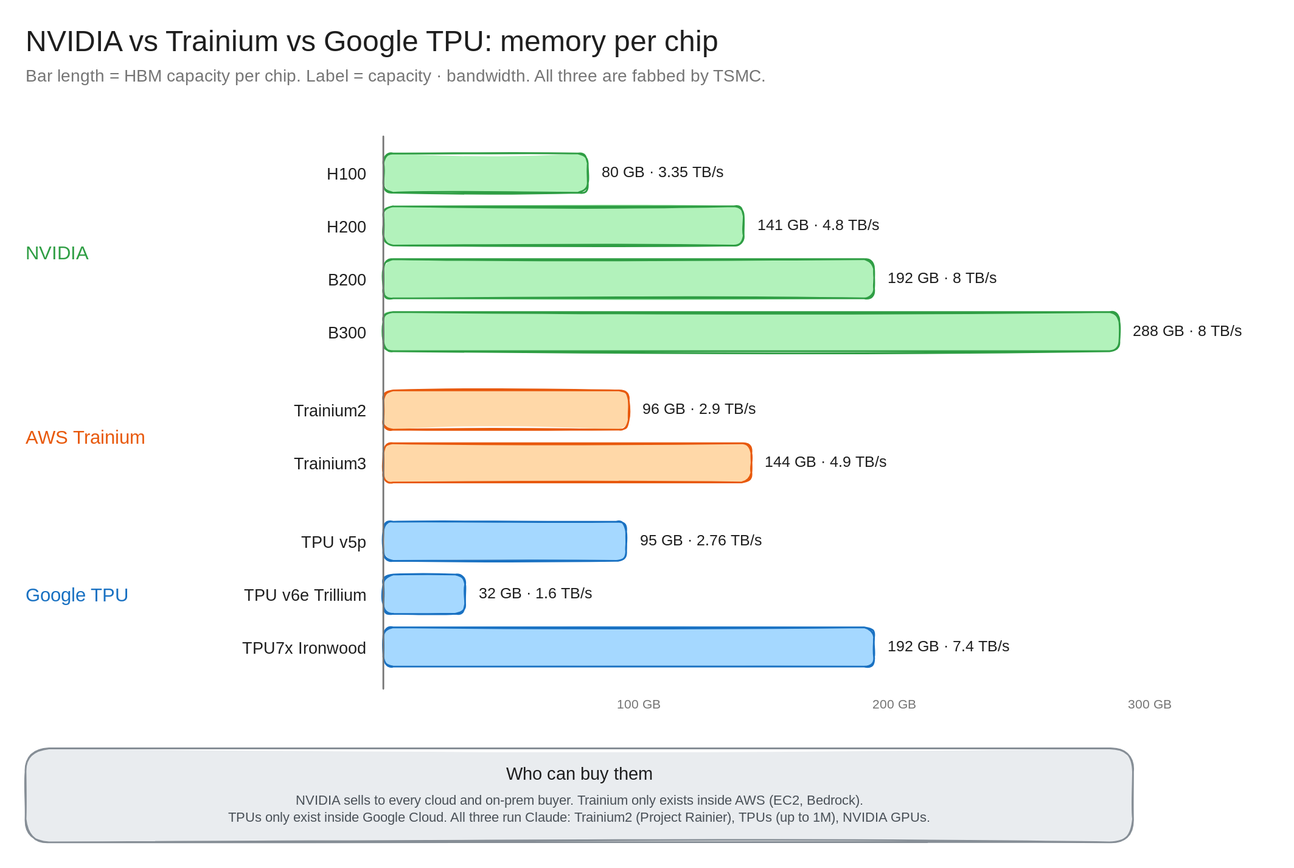
This is architecture-diagrams/claude-anz-infra-excalidraw/diagrams/c1b-chip-lineup.excalidraw.svg from bsnehanshu/slides, a Excalidraw export, as it was before one commit. Source tidied: one line per element, renumbered; positions are measured from the earlier drawing's top-left corner, leaving out a move shared by most shapes.
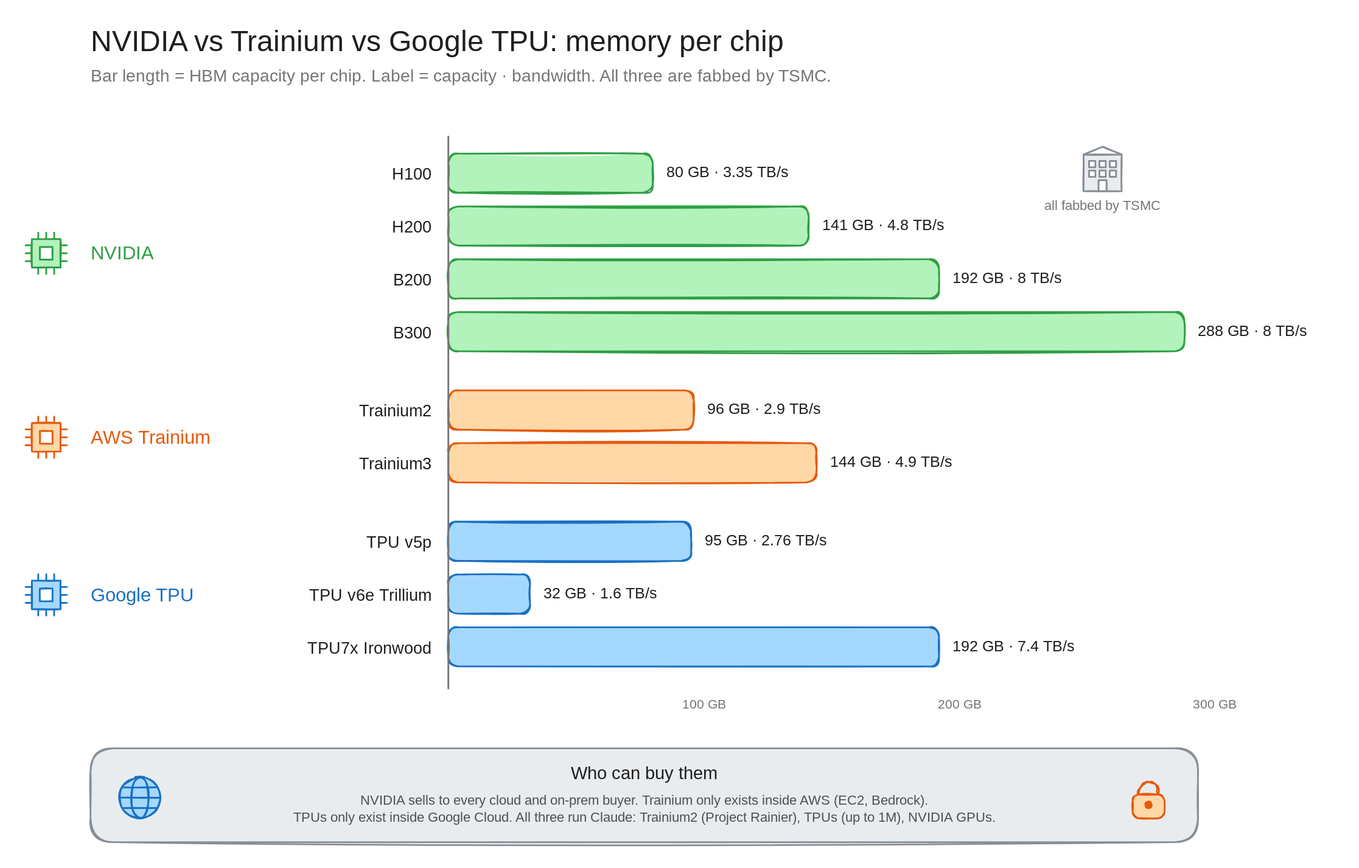
After the change.

Change to the diagram source:
```diff
@@ -13,13 +13,41 @@
 {"id": 12, "type": "rectangle", "strokeColor": "#2f9e44", "backgroundColor": "#b2f2bb", "fillStyle": "solid", "strokeWidth": 2, "roughness": 1, "round": true, "x": 420, "y": 336, "width": 864, "height": 46}
 {"id": 13, "type": "text", "text": "288 GB · 8 TB/s", "strokeColor": "#1e1e1e", "strokeWidth": 2, "roughness": 1, "fontSize": 18, "fontFamily": 5, "x": 1300, "y": 348, "width": 159, "height": 22}
 {"id": 14, "type": "text", "text": "NVIDIA", "strokeColor": "#2f9e44", "strokeWidth": 2, "roughness": 1, "fontSize": 22, "fontFamily": 5, "x": 0, "y": 255, "width": 85, "height": 28}
-{"id": 15, "type": "text", "text": "Trainium2", "strokeColor": "#1e1e1e", "strokeWidth": 2, "roughness": 1, "fontSize": 19, "fontFamily": 5, "textAlign": "right", "x": 309, "y": 442, "width": 91, "height": 24}
+{"id": 39, "type": "line", "strokeColor": "#2f9e44", "strokeWidth": 2, "roughness": 1, "x": -61, "y": 243, "width": 0, "height": 7, "points": [[0, 0], [0, 7]]}
+{"id": 40, "type": "line", "strokeColor": "#2f9e44", "strokeWidth": 2, "roughness": 1, "x": -61, "y": 284, "width": 0, "height": 7, "points": [[0, 0], [0, 7]]}
+{"id": 41, "type": "line", "strokeColor": "#2f9e44", "strokeWidth": 2, "roughness": 1, "x": -76, "y": 258, "width": 7, "height": 0, "points": [[0, 0], [7, 0]]}
+{"id": 42, "type": "line", "strokeColor": "#2f9e44", "strokeWidth": 2, "roughness": 1, "x": -35, "y": 258, "width": 7, "height": 0, "points": [[0, 0], [7, 0]]}
+{"id": 43, "type": "line", "strokeColor": "#2f9e44", "strokeWidth": 2, "roughness": 1, "x": -52, "y": 243, "width": 0, "height": 7, "points": [[0, 0], [0, 7]]}
+{"id": 44, "type": "line", "strokeColor": "#2f9e44", "strokeWidth": 2, "roughness": 1, "x": -52, "y": 284, "width": 0, "height": 7, "points": [[0, 0], [0, 7]]}
+{"id": 45, "type": "line", "strokeColor": "#2f9e44", "strokeWidth": 2, "roughness": 1, "x": -76, "y": 267, "width": 7, "height": 0, "points": [[0, 0], [7, 0]]}
+{"id": 46, "type": "line", "strokeColor": "#2f9e44", "strokeWidth": 2, "roughness": 1, "x": -35, "y": 267, "width": 7, "height": 0, "points": [[0, 0], [7, 0]]}
+{"id": 47, "type": "line", "strokeColor": "#2f9e44", "strokeWidth": 2, "roughness": 1, "x": -43, "y": 243, "width": 0, "height": 7, "points": [[0, 0], [0, 7]]}
+{"id": 48, "type": "line", "strokeColor": "#2f9e44", "strokeWidth": 2, "roughness": 1, "x": -43, "y": 284, "width": 0, "height": 7, "points": [[0, 0], [0, 7]]}
+{"id": 49, "type": "line", "strokeColor": "#2f9e44", "strokeWidth": 2, "roughness": 1, "x": -76, "y": 276, "width": 7, "height": 0, "points": [[0, 0], [7, 0]]}
+{"id": 32, "type": "line", "strokeColor": "#2f9e44", "strokeWidth": 2, "roughness": 1, "x": -35, "y": 276, "width": 7, "height": 0, "points": [[0, 0], [7, 0]]}
+{"id": 50, "type": "rectangle", "strokeColor": "#2f9e44", "backgroundColor": "#b2f2bb", "fillStyle": "solid", "strokeWidth": 2, "roughness": 1, "x": -69, "y": 250, "width": 34, "height": 34}
+{"id": 51, "type": "rectangle", "strokeColor": "#2f9e44", "backgroundColor": "#ffffff", "fillStyle": "solid", "strokeWidth": 2, "roughness": 1, "x": -59, "y": 260, "width": 15, "height": 15}
+{"id": 35, "type": "text", "text": "Trainium2", "strokeColor": "#1e1e1e", "strokeWidth": 2, "roughness": 1, "fontSize": 19, "fontFamily": 5, "textAlign": "right", "x": 309, "y": 442, "width": 91, "height": 24}
 {"id": 16, "type": "rectangle", "strokeColor": "#e8590c", "backgroundColor": "#ffd8a8", "fillStyle": "solid", "strokeWidth": 2, "roughness": 1, "round": true, "x": 420, "y": 428, "width": 288, "height": 46}
-{"id": 17, "type": "text", "text": "96 GB · 2.9 TB/s", "strokeColor": "#1e1e1e", "strokeWidth": 2, "roughness": 1, "fontSize": 18, "fontFamily": 5, "x": 724, "y": 440, "width": 162, "height": 22}
-{"id": 18, "type": "text", "text": "Trainium3", "strokeColor": "#1e1e1e", "strokeWidth": 2, "roughness": 1, "fontSize": 19, "fontFamily": 5, "textAlign": "right", "x": 311, "y": 504, "width": 89, "height": 24}
+{"id": 37, "type": "text", "text": "96 GB · 2.9 TB/s", "strokeColor": "#1e1e1e", "strokeWidth": 2, "roughness": 1, "fontSize": 18, "fontFamily": 5, "x": 724, "y": 440, "width": 162, "height": 22}
+{"id": 38, "type": "text", "text": "Trainium3", "strokeColor": "#1e1e1e", "strokeWidth": 2, "roughness": 1, "fontSize": 19, "fontFamily": 5, "textAlign": "right", "x": 311, "y": 504, "width": 89, "height": 24}
 {"id": 19, "type": "rectangle", "strokeColor": "#e8590c", "backgroundColor": "#ffd8a8", "fillStyle": "solid", "strokeWidth": 2, "roughness": 1, "round": true, "x": 420, "y": 490, "width": 432, "height": 46}
 {"id": 20, "type": "text", "text": "144 GB · 4.9 TB/s", "strokeColor": "#1e1e1e", "strokeWidth": 2, "roughness": 1, "fontSize": 18, "fontFamily": 5, "x": 868, "y": 502, "width": 166, "height": 22}
 {"id": 21, "type": "text", "text": "AWS Trainium", "strokeColor": "#e8590c", "strokeWidth": 2, "roughness": 1, "fontSize": 22, "fontFamily": 5, "x": 0, "y": 471, "width": 144, "height": 28}
+{"id": 52, "type": "line", "strokeColor": "#e8590c", "strokeWidth": 2, "roughness": 1, "x": -61, "y": 459, "width": 0, "height": 7, "points": [[0, 0], [0, 7]]}
+{"id": 53, "type": "line", "strokeColor": "#e8590c", "strokeWidth": 2, "roughness": 1, "x": -61, "y": 500, "width": 0, "height": 7, "points": [[0, 0], [0, 7]]}
+{"id": 54, "type": "line", "strokeColor": "#e8590c", "strokeWidth": 2, "roughness": 1, "x": -76, "y": 474, "width": 7, "height": 0, "points": [[0, 0], [7, 0]]}
+{"id": 55, "type": "line", "strokeColor": "#e8590c", "strokeWidth": 2, "roughness": 1, "x": -35, "y": 474, "width": 7, "height": 0, "points": [[0, 0], [7, 0]]}
+{"id": 56, "type": "line", "strokeColor": "#e8590c", "strokeWidth": 2, "roughness": 1, "x": -52, "y": 459, "width": 0, "height": 7, "points": [[0, 0], [0, 7]]}
+{"id": 57, "type": "line", "strokeColor": "#e8590c", "strokeWidth": 2, "roughness": 1, "x": -52, "y": 500, "width": 0, "height": 7, "points": [[0, 0], [0, 7]]}
+{"id": 58, "type": "line", "strokeColor": "#e8590c", "strokeWidth": 2, "roughness": 1, "x": -76, "y": 483, "width": 7, "height": 0, "points": [[0, 0], [7, 0]]}
+{"id": 59, "type": "line", "strokeColor": "#e8590c", "strokeWidth": 2, "roughness": 1, "x": -35, "y": 483, "width": 7, "height": 0, "points": [[0, 0], [7, 0]]}
+{"id": 60, "type": "line", "strokeColor": "#e8590c", "strokeWidth": 2, "roughness": 1, "x": -43, "y": 459, "width": 0, "height": 7, "points": [[0, 0], [0, 7]]}
+{"id": 61, "type": "line", "strokeColor": "#e8590c", "strokeWidth": 2, "roughness": 1, "x": -43, "y": 500, "width": 0, "height": 7, "points": [[0, 0], [0, 7]]}
+{"id": 62, "type": "line", "strokeColor": "#e8590c", "strokeWidth": 2, "roughness": 1, "x": -76, "y": 492, "width": 7, "height": 0, "points": [[0, 0], [7, 0]]}
+{"id": 63, "type": "line", "strokeColor": "#e8590c", "strokeWidth": 2, "roughness": 1, "x": -35, "y": 492, "width": 7, "height": 0, "points": [[0, 0], [7, 0]]}
+{"id": 64, "type": "rectangle", "strokeColor": "#e8590c", "backgroundColor": "#ffd8a8", "fillStyle": "solid", "strokeWidth": 2, "roughness": 1, "x": -69, "y": 466, "width": 34, "height": 34}
+{"id": 65, "type": "rectangle", "strokeColor": "#e8590c", "backgroundColor": "#ffffff", "fillStyle": "solid", "strokeWidth": 2, "roughness": 1, "x": -59, "y": 476, "width": 15, "height": 15}
 {"id": 22, "type": "text", "text": "TPU v5p", "strokeColor": "#1e1e1e", "strokeWidth": 2, "roughness": 1, "fontSize": 19, "fontFamily": 5, "textAlign": "right", "x": 315, "y": 596, "width": 85, "height": 24}
 {"id": 23, "type": "rectangle", "strokeColor": "#1971c2", "backgroundColor": "#a5d8ff", "fillStyle": "solid", "strokeWidth": 2, "roughness": 1, "round": true, "x": 420, "y": 582, "width": 285, "height": 46}
 {"id": 24, "type": "text", "text": "95 GB · 2.76 TB/s", "strokeColor": "#1e1e1e", "strokeWidth": 2, "roughness": 1, "fontSize": 18, "fontFamily": 5, "x": 721, "y": 594, "width": 173, "height": 22}
@@ -30,10 +58,42 @@
 {"id": 29, "type": "rectangle", "strokeColor": "#1971c2", "backgroundColor": "#a5d8ff", "fillStyle": "solid", "strokeWidth": 2, "roughness": 1, "round": true, "x": 420, "y": 706, "width": 576, "height": 46}
 {"id": 30, "type": "text", "text": "192 GB · 7.4 TB/s", "strokeColor": "#1e1e1e", "strokeWidth": 2, "roughness": 1, "fontSize": 18, "fontFamily": 5, "x": 1012, "y": 718, "width": 169, "height": 22}
 {"id": 31, "type": "text", "text": "Google TPU", "strokeColor": "#1971c2", "strokeWidth": 2, "roughness": 1, "fontSize": 22, "fontFamily": 5, "x": 0, "y": 656, "width": 134, "height": 28}
-{"id": 32, "type": "line", "strokeColor": "#757575", "strokeWidth": 2, "roughness": 1, "x": 420, "y": 130, "width": 0, "height": 648, "points": [[0, 0], [0, 648]]}
+{"id": 66, "type": "line", "strokeColor": "#1971c2", "strokeWidth": 2, "roughness": 1, "x": -61, "y": 644, "width": 0, "height": 7, "points": [[0, 0], [0, 7]]}
+{"id": 67, "type": "line", "strokeColor": "#1971c2", "strokeWidth": 2, "roughness": 1, "x": -61, "y": 685, "width": 0, "height": 7, "points": [[0, 0], [0, 7]]}
+{"id": 68, "type": "line", "strokeColor": "#1971c2", "strokeWidth": 2, "roughness": 1, "x": -76, "y": 659, "width": 7, "height": 0, "points": [[0, 0], [7, 0]]}
+{"id": 69, "type": "line", "strokeColor": "#1971c2", "strokeWidth": 2, "roughness": 1, "x": -35, "y": 659, "width": 7, "height": 0, "points": [[0, 0], [7, 0]]}
+{"id": 70, "type": "line", "strokeColor": "#1971c2", "strokeWidth": 2, "roughness": 1, "x": -52, "y": 644, "width": 0, "height": 7, "points": [[0, 0], [0, 7]]}
+{"id": 71, "type": "line", "strokeColor": "#1971c2", "strokeWidth": 2, "roughness": 1, "x": -52, "y": 685, "width": 0, "height": 7, "points": [[0, 0], [0, 7]]}
+{"id": 72, "type": "line", "strokeColor": "#1971c2", "strokeWidth": 2, "roughness": 1, "x": -76, "y": 668, "width": 7, "height": 0, "points": [[0, 0], [7, 0]]}
+{"id": 73, "type": "line", "strokeColor": "#1971c2", "strokeWidth": 2, "roughness": 1, "x": -35, "y": 668, "width": 7, "height": 0, "points": [[0, 0], [7, 0]]}
+{"id": 74, "type": "line", "strokeColor": "#1971c2", "strokeWidth": 2, "roughness": 1, "x": -43, "y": 644, "width": 0, "height": 7, "points": [[0, 0], [0, 7]]}
+{"id": 75, "type": "line", "strokeColor": "#1971c2", "strokeWidth": 2, "roughness": 1, "x": -43, "y": 685, "width": 0, "height": 7, "points": [[0, 0], [0, 7]]}
+{"id": 76, "type": "line", "strokeColor": "#1971c2", "strokeWidth": 2, "roughness": 1, "x": -76, "y": 677, "width": 7, "height": 0, "points": [[0, 0], [7, 0]]}
+{"id": 77, "type": "line", "strokeColor": "#1971c2", "strokeWidth": 2, "roughness": 1, "x": -35, "y": 677, "width": 7, "height": 0, "points": [[0, 0], [7, 0]]}
+{"id": 78, "type": "rectangle", "strokeColor": "#1971c2", "backgroundColor": "#a5d8ff", "fillStyle": "solid", "strokeWidth": 2, "roughness": 1, "x": -69, "y": 651, "width": 34, "height": 34}
+{"id": 79, "type": "rectangle", "strokeColor": "#1971c2", "backgroundColor": "#ffffff", "fillStyle": "solid", "strokeWidth": 2, "roughness": 1, "x": -59, "y": 661, "width": 15, "height": 15}
+{"id": 80, "type": "rectangle", "strokeColor": "#868e96", "backgroundColor": "#e9ecef", "fillStyle": "solid", "strokeWidth": 2, "roughness": 1, "x": 1166, "y": 151, "width": 45, "height": 43}
+{"id": 81, "type": "line", "strokeColor": "#868e96", "strokeWidth": 2, "roughness": 1, "x": 1166, "y": 151, "width": 45, "height": 9, "points": [[0, 0], [22, -9], [45, 0]]}
+{"id": 82, "type": "rectangle", "strokeColor": "#868e96", "backgroundColor": "#ffffff", "fillStyle": "solid", "strokeWidth": 2, "roughness": 1, "x": 1172, "y": 159, "width": 7, "height": 7}
+{"id": 83, "type": "rectangle", "strokeColor": "#868e96", "backgroundColor": "#ffffff", "fillStyle": "solid", "strokeWidth": 2, "roughness": 1, "x": 1184, "y": 159, "width": 7, "height": 7}
+{"id": 84, "type": "rectangle", "strokeColor": "#868e96", "backgroundColor": "#ffffff", "fillStyle": "solid", "strokeWidth": 2, "roughness": 1, "x": 1196, "y": 159, "width": 7, "height": 7}
+{"id": 85, "type": "rectangle", "strokeColor": "#868e96", "backgroundColor": "#ffffff", "fillStyle": "solid", "strokeWidth": 2, "roughness": 1, "x": 1172, "y": 170, "width": 7, "height": 7}
+{"id": 86, "type": "rectangle", "strokeColor": "#868e96", "backgroundColor": "#ffffff", "fillStyle": "solid", "strokeWidth": 2, "roughness": 1, "x": 1184, "y": 170, "width": 7, "height": 7}
+{"id": 87, "type": "rectangle", "strokeColor": "#868e96", "backgroundColor": "#ffffff", "fillStyle": "solid", "strokeWidth": 2, "roughness": 1, "x": 1196, "y": 170, "width": 7, "height": 7}
+{"id": 88, "type": "rectangle", "strokeColor": "#868e96", "backgroundColor": "#ffffff", "fillStyle": "solid", "strokeWidth": 2, "roughness": 1, "x": 1183, "y": 181, "width": 9, "height": 13}
+{"id": 89, "type": "text", "text": "all fabbed by TSMC", "strokeColor": "#757575", "strokeWidth": 2, "roughness": 1, "fontSize": 16, "fontFamily": 5, "textAlign": "center", "x": 1110, "y": 202, "width": 155, "height": 20}
+{"id": 90, "type": "line", "strokeColor": "#757575", "strokeWidth": 2, "roughness": 1, "x": 420, "y": 130, "width": 0, "height": 648, "points": [[0, 0], [0, 648]]}
 {"id": 33, "type": "text", "text": "100 GB", "strokeColor": "#757575", "strokeWidth": 2, "roughness": 1, "fontSize": 15, "fontFamily": 5, "textAlign": "center", "x": 691, "y": 788, "width": 58, "height": 19}
 {"id": 34, "type": "text", "text": "200 GB", "strokeColor": "#757575", "strokeWidth": 2, "roughness": 1, "fontSize": 15, "fontFamily": 5, "textAlign": "center", "x": 989, "y": 788, "width": 62, "height": 19}
-{"id": 35, "type": "text", "text": "300 GB", "strokeColor": "#757575", "strokeWidth": 2, "roughness": 1, "fontSize": 15, "fontFamily": 5, "textAlign": "center", "x": 1290, "y": 788, "width": 61, "height": 19}
+{"id": 91, "type": "text", "text": "300 GB", "strokeColor": "#757575", "strokeWidth": 2, "roughness": 1, "fontSize": 15, "fontFamily": 5, "textAlign": "center", "x": 1290, "y": 788, "width": 61, "height": 19}
 {"id": 36, "type": "rectangle", "strokeColor": "#868e96", "backgroundColor": "#e9ecef", "fillStyle": "solid", "strokeWidth": 2, "roughness": 1, "round": true, "x": 0, "y": 848, "width": 1300, "height": 110}
-{"id": 37, "type": "text", "text": "Who can buy them", "strokeColor": "#1e1e1e", "strokeWidth": 2, "roughness": 1, "fontSize": 21, "fontFamily": 5, "textAlign": "center", "x": 558, "y": 866, "width": 185, "height": 26}
-{"id": 38, "type": "text", "text": "NVIDIA sells to every cloud and on-prem buyer. Trainium only exists inside AWS (EC2, Bedrock).\nTPUs only exist inside Google Cloud. All three run Claude: Trainium2 (Project Rainier), TPUs (up to 1M), NVIDIA GPUs.", "strokeColor": "#495057", "strokeWidth": 2, "roughness": 1, "fontSize": 16, "fontFamily": 5, "textAlign": "center", "x": 180, "y": 900, "width": 940, "height": 40}
+{"id": 92, "type": "text", "text": "Who can buy them", "strokeColor": "#1e1e1e", "strokeWidth": 2, "roughness": 1, "fontSize": 21, "fontFamily": 5, "textAlign": "center", "x": 558, "y": 866, "width": 185, "height": 26}
+{"id": 93, "type": "text", "text": "NVIDIA sells to every cloud and on-prem buyer. Trainium only exists inside AWS (EC2, Bedrock).\nTPUs only exist inside Google Cloud. All three run Claude: Trainium2 (Project Rainier), TPUs (up to 1M), NVIDIA GPUs.", "strokeColor": "#495057", "strokeWidth": 2, "roughness": 1, "fontSize": 16, "fontFamily": 5, "textAlign": "center", "x": 180, "y": 900, "width": 940, "height": 40}
+{"id": 94, "type": "ellipse", "strokeColor": "#1971c2", "backgroundColor": "#a5d8ff", "fillStyle": "solid", "strokeWidth": 2, "roughness": 1, "round": true, "x": 34, "y": 882, "width": 49, "height": 49}
+{"id": 95, "type": "ellipse", "strokeColor": "#1971c2", "strokeWidth": 2, "roughness": 1, "round": true, "x": 48, "y": 882, "width": 21, "height": 49}
+{"id": 96, "type": "line", "strokeColor": "#1971c2", "strokeWidth": 2, "roughness": 1, "x": 34, "y": 906, "width": 49, "height": 0, "points": [[0, 0], [49, 0]]}
+{"id": 97, "type": "line", "strokeColor": "#1971c2", "strokeWidth": 2, "roughness": 1, "x": 38, "y": 894, "width": 39, "height": 0, "points": [[0, 0], [39, 0]]}
+{"id": 98, "type": "line", "strokeColor": "#1971c2", "strokeWidth": 2, "roughness": 1, "x": 38, "y": 918, "width": 39, "height": 0, "points": [[0, 0], [39, 0]]}
+{"id": 99, "type": "line", "strokeColor": "#e8590c", "strokeWidth": 2, "roughness": 1, "round": true, "x": 1231, "y": 904, "width": 22, "height": 17, "points": [[0, 0], [0, -6], [1, -10], [3, -14], [7, -16], [11, -17], [15, -16], [19, -14], [22, -10], [22, -6], [22, 0]]}
+{"id": 100, "type": "rectangle", "strokeColor": "#e8590c", "backgroundColor": "#ffd8a8", "fillStyle": "solid", "strokeWidth": 2, "roughness": 1, "round": true, "x": 1223, "y": 902, "width": 37, "height": 28}
+{"id": 101, "type": "ellipse", "strokeColor": "#e8590c", "backgroundColor": "#e8590c", "fillStyle": "solid", "strokeWidth": 2, "roughness": 1, "round": true, "x": 1238, "y": 911, "width": 7, "height": 7}
```
